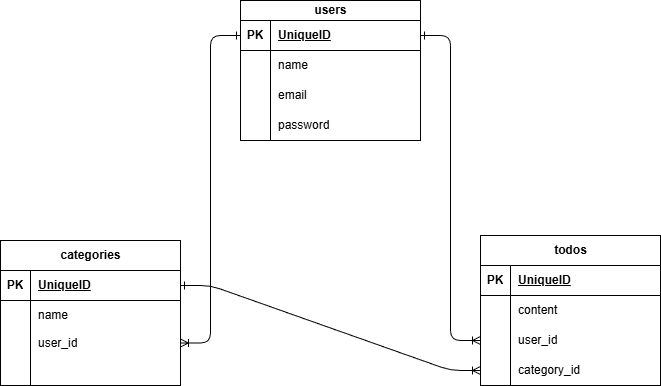
Above: todo.drawio.png in urbexsaku/todo2 (draw.io), before the change. Source tidied: cells renumbered, new cells last; positions are measured from the earlier drawing's top-left corner, leaving out a move shared by most shapes.
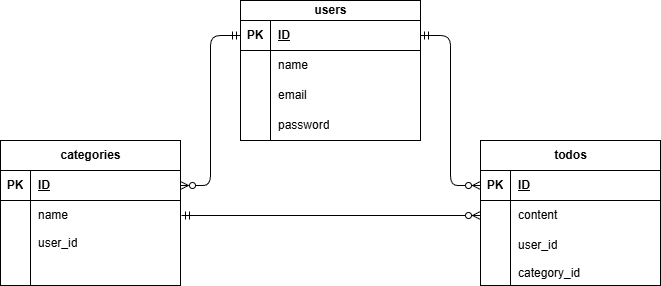
After the commit.

Diff of the diagram source:
```diff
@@ -3,7 +3,7 @@
     <mxCell id="0" />
     <mxCell id="1" parent="0" />
     <mxCell id="2" value="todos" style="shape=table;startSize=30;rowLines=0;fontStyle=1;align=center;html=1;" parent="1" vertex="1">
-      <mxGeometry x="480" y="235" width="180" height="150" as="geometry" />
+      <mxGeometry x="500" y="235" width="180" height="145" as="geometry" />
     </mxCell>
     <mxCell id="3" style="shape=tableRow;horizontal=0;startSize=0;swimlaneHead=0;swimlaneBody=0;fillColor=none;points=[[0,0.5],[1,0.5]];portConstraint=eastwest;top=0;left=0;right=0;bottom=1;" parent="2" vertex="1">
       <mxGeometry y="30" width="180" height="30" as="geometry" />
@@ -11,7 +11,7 @@
     <mxCell id="4" value="PK" style="shape=partialRectangle;fillColor=none;top=0;left=0;bottom=0;right=0;fontStyle=1;overflow=hidden;whiteSpace=wrap;html=1;" parent="3" vertex="1">
       <mxGeometry width="30" height="30" as="geometry" />
     </mxCell>
-    <mxCell id="5" value="UniqueID" style="shape=partialRectangle;fillColor=none;top=0;left=0;bottom=0;right=0;align=left;spacingLeft=6;fontStyle=5;overflow=hidden;whiteSpace=wrap;html=1;" parent="3" vertex="1">
+    <mxCell id="5" value="ID" style="shape=partialRectangle;fillColor=none;top=0;left=0;bottom=0;right=0;align=left;spacingLeft=6;fontStyle=5;overflow=hidden;whiteSpace=wrap;html=1;" parent="3" vertex="1">
       <mxGeometry x="30" width="150" height="30" as="geometry" />
     </mxCell>
     <mxCell id="6" style="shape=tableRow;horizontal=0;startSize=0;swimlaneHead=0;swimlaneBody=0;fillColor=none;points=[[0,0.5],[1,0.5]];portConstraint=eastwest;top=0;left=0;right=0;bottom=0;" parent="2" vertex="1">
@@ -33,15 +33,15 @@
       <mxGeometry x="30" width="150" height="30" as="geometry" />
     </mxCell>
     <mxCell id="12" style="shape=tableRow;horizontal=0;startSize=0;swimlaneHead=0;swimlaneBody=0;fillColor=none;points=[[0,0.5],[1,0.5]];portConstraint=eastwest;top=0;left=0;right=0;bottom=0;" parent="2" vertex="1">
-      <mxGeometry y="120" width="180" height="30" as="geometry" />
+      <mxGeometry y="120" width="180" height="25" as="geometry" />
     </mxCell>
     <mxCell id="13" style="shape=partialRectangle;fillColor=none;top=0;left=0;bottom=0;right=0;overflow=hidden;whiteSpace=wrap;html=1;" parent="12" vertex="1">
-      <mxGeometry width="30" height="30" as="geometry" />
+      <mxGeometry width="30" height="25" as="geometry" />
     </mxCell>
     <mxCell id="14" value="category_id" style="shape=partialRectangle;fillColor=none;top=0;left=0;bottom=0;right=0;align=left;spacingLeft=6;overflow=hidden;whiteSpace=wrap;html=1;" parent="12" vertex="1">
-      <mxGeometry x="30" width="150" height="30" as="geometry" />
+      <mxGeometry x="30" width="150" height="25" as="geometry" />
     </mxCell>
-    <mxCell id="15" style="edgeStyle=entityRelationEdgeStyle;fontSize=12;html=1;endArrow=ERoneToMany;entryX=1;entryY=0.5;entryDx=0;entryDy=0;exitX=0;exitY=0.5;exitDx=0;exitDy=0;startArrow=ERone;startFill=0;" parent="1" edge="1" source="19" target="38">
+    <mxCell id="15" style="edgeStyle=entityRelationEdgeStyle;fontSize=12;html=1;endArrow=ERzeroToMany;exitX=0;exitY=0.5;exitDx=0;exitDy=0;startArrow=ERmandOne;startFill=0;endFill=0;entryX=1;entryY=0.5;entryDx=0;entryDy=0;" parent="1" edge="1" source="19" target="32">
       <mxGeometry relative="1" as="geometry">
         <Array as="points">
           <mxPoint x="270" y="230" />
@@ -49,8 +49,9 @@
         </Array>
       </mxGeometry>
     </mxCell>
-    <mxCell id="16" style="edgeStyle=entityRelationEdgeStyle;fontSize=12;html=1;endArrow=ERoneToMany;startArrow=ERone;exitX=1;exitY=0.5;exitDx=0;exitDy=0;entryX=0;entryY=0.5;entryDx=0;entryDy=0;startFill=0;endFill=0;" parent="1" edge="1" source="32" target="12">
+    <mxCell id="16" style="edgeStyle=entityRelationEdgeStyle;fontSize=12;html=1;endArrow=ERzeroToMany;startArrow=ERmandOne;entryX=0;entryY=0.5;entryDx=0;entryDy=0;startFill=0;endFill=0;" parent="1" edge="1" target="6">
       <mxGeometry relative="1" as="geometry">
+        <mxPoint x="201" y="310" as="sourcePoint" />
         <Array as="points">
           <mxPoint x="372" y="267.5" />
           <mxPoint x="592" y="477.5" />
@@ -58,11 +59,11 @@
         </Array>
       </mxGeometry>
     </mxCell>
-    <mxCell id="17" style="edgeStyle=entityRelationEdgeStyle;fontSize=12;html=1;endArrow=ERoneToMany;entryX=0;entryY=0.5;entryDx=0;entryDy=0;startArrow=ERone;startFill=0;" parent="1" edge="1" source="19" target="9">
+    <mxCell id="17" style="edgeStyle=entityRelationEdgeStyle;fontSize=12;html=1;endArrow=ERzeroToMany;entryX=0;entryY=0.5;entryDx=0;entryDy=0;startArrow=ERmandOne;startFill=0;endFill=0;" parent="1" edge="1" source="19" target="3">
       <mxGeometry relative="1" as="geometry" />
     </mxCell>
     <mxCell id="18" value="users" style="shape=table;startSize=20;rowLines=0;fontStyle=1;align=center;html=1;" parent="1" vertex="1">
-      <mxGeometry x="240" width="180" height="140" as="geometry" />
+      <mxGeometry x="260" y="95" width="180" height="140" as="geometry" />
     </mxCell>
     <mxCell id="19" style="shape=tableRow;horizontal=0;startSize=0;swimlaneHead=0;swimlaneBody=0;fillColor=none;points=[[0,0.5],[1,0.5]];portConstraint=eastwest;top=0;left=0;right=0;bottom=1;" parent="18" vertex="1">
       <mxGeometry y="20" width="180" height="30" as="geometry" />
@@ -70,7 +71,7 @@
     <mxCell id="20" value="PK" style="shape=partialRectangle;fillColor=none;top=0;left=0;bottom=0;right=0;fontStyle=1;overflow=hidden;whiteSpace=wrap;html=1;" parent="19" vertex="1">
       <mxGeometry width="30" height="30" as="geometry" />
     </mxCell>
-    <mxCell id="21" value="UniqueID" style="shape=partialRectangle;fillColor=none;top=0;left=0;bottom=0;right=0;align=left;spacingLeft=6;fontStyle=5;overflow=hidden;whiteSpace=wrap;html=1;" parent="19" vertex="1">
+    <mxCell id="21" value="ID" style="shape=partialRectangle;fillColor=none;top=0;left=0;bottom=0;right=0;align=left;spacingLeft=6;fontStyle=5;overflow=hidden;whiteSpace=wrap;html=1;" parent="19" vertex="1">
       <mxGeometry x="30" width="150" height="30" as="geometry" />
     </mxCell>
     <mxCell id="22" style="shape=tableRow;horizontal=0;startSize=0;swimlaneHead=0;swimlaneBody=0;fillColor=none;top=0;left=0;right=0;bottom=0;" parent="18" vertex="1">
@@ -101,7 +102,7 @@
       <mxGeometry x="30" width="150" height="30" as="geometry" />
     </mxCell>
     <mxCell id="31" value="categories" style="shape=table;startSize=30;rowLines=0;fontStyle=1;align=center;html=1;" parent="1" vertex="1">
-      <mxGeometry y="240" width="180" height="145" as="geometry" />
+      <mxGeometry x="20" y="235" width="180" height="145" as="geometry" />
     </mxCell>
     <mxCell id="32" style="shape=tableRow;horizontal=0;startSize=0;swimlaneHead=0;swimlaneBody=0;fillColor=none;points=[[0,0.5],[1,0.5]];portConstraint=eastwest;top=0;left=0;right=0;bottom=1;" parent="31" vertex="1">
       <mxGeometry y="30" width="180" height="30" as="geometry" />
@@ -109,7 +110,7 @@
     <mxCell id="33" value="PK" style="shape=partialRectangle;fillColor=none;top=0;left=0;bottom=0;right=0;fontStyle=1;overflow=hidden;whiteSpace=wrap;html=1;" parent="32" vertex="1">
       <mxGeometry width="30" height="30" as="geometry" />
     </mxCell>
-    <mxCell id="34" value="UniqueID" style="shape=partialRectangle;fillColor=none;top=0;left=0;bottom=0;right=0;align=left;spacingLeft=6;fontStyle=5;overflow=hidden;whiteSpace=wrap;html=1;" parent="32" vertex="1">
+    <mxCell id="34" value="ID" style="shape=partialRectangle;fillColor=none;top=0;left=0;bottom=0;right=0;align=left;spacingLeft=6;fontStyle=5;overflow=hidden;whiteSpace=wrap;html=1;" parent="32" vertex="1">
       <mxGeometry x="30" width="150" height="30" as="geometry" />
     </mxCell>
     <mxCell id="35" style="shape=tableRow;horizontal=0;startSize=0;swimlaneHead=0;swimlaneBody=0;fillColor=none;top=0;left=0;right=0;bottom=0;" parent="31" vertex="1">
```
